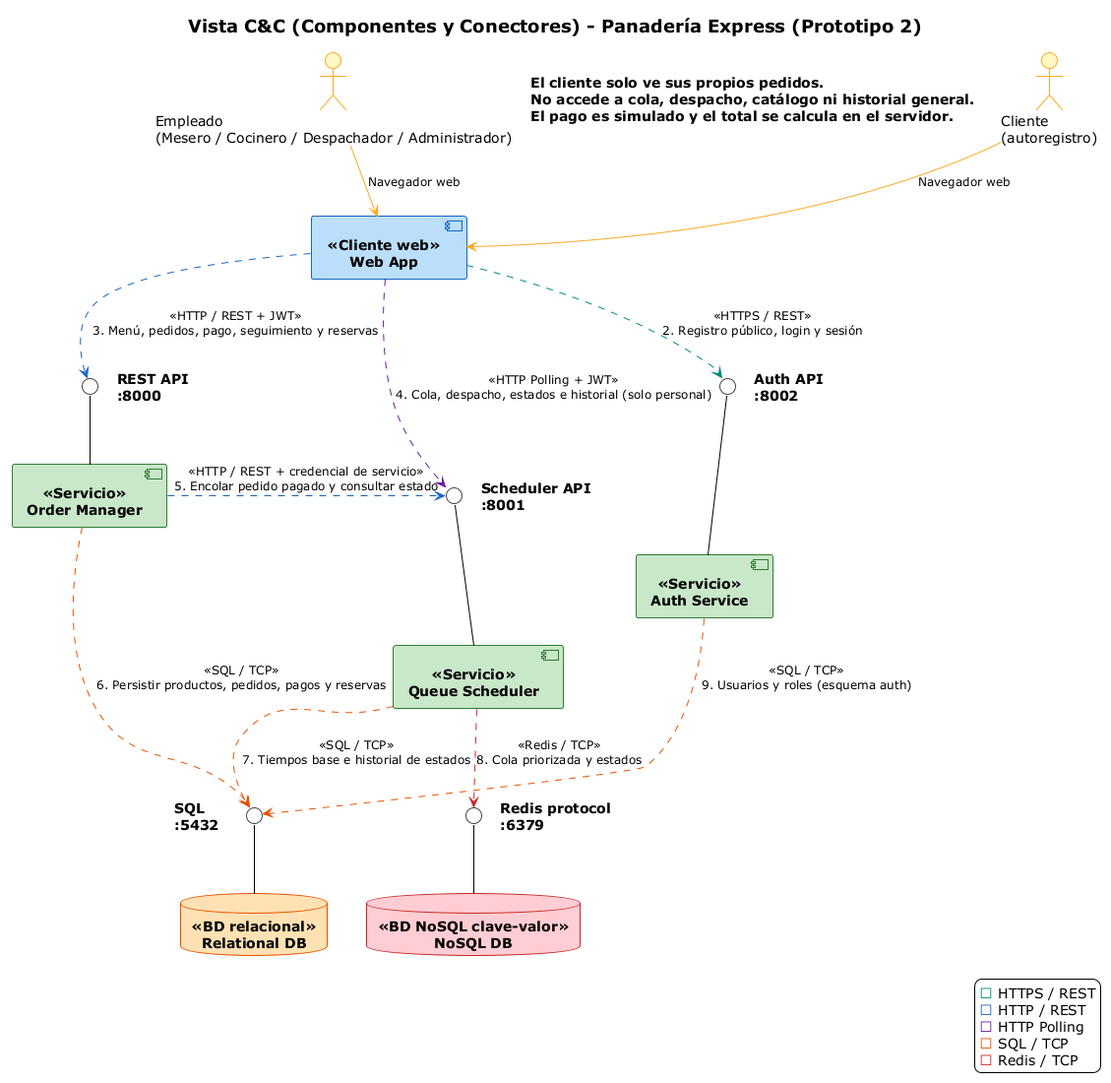
unal-sw-arch/swarch-2026ii keeps this PlantUML diagram as g3-H-PanTech/docs/Vista CyC P2.png. Above is the earlier version.
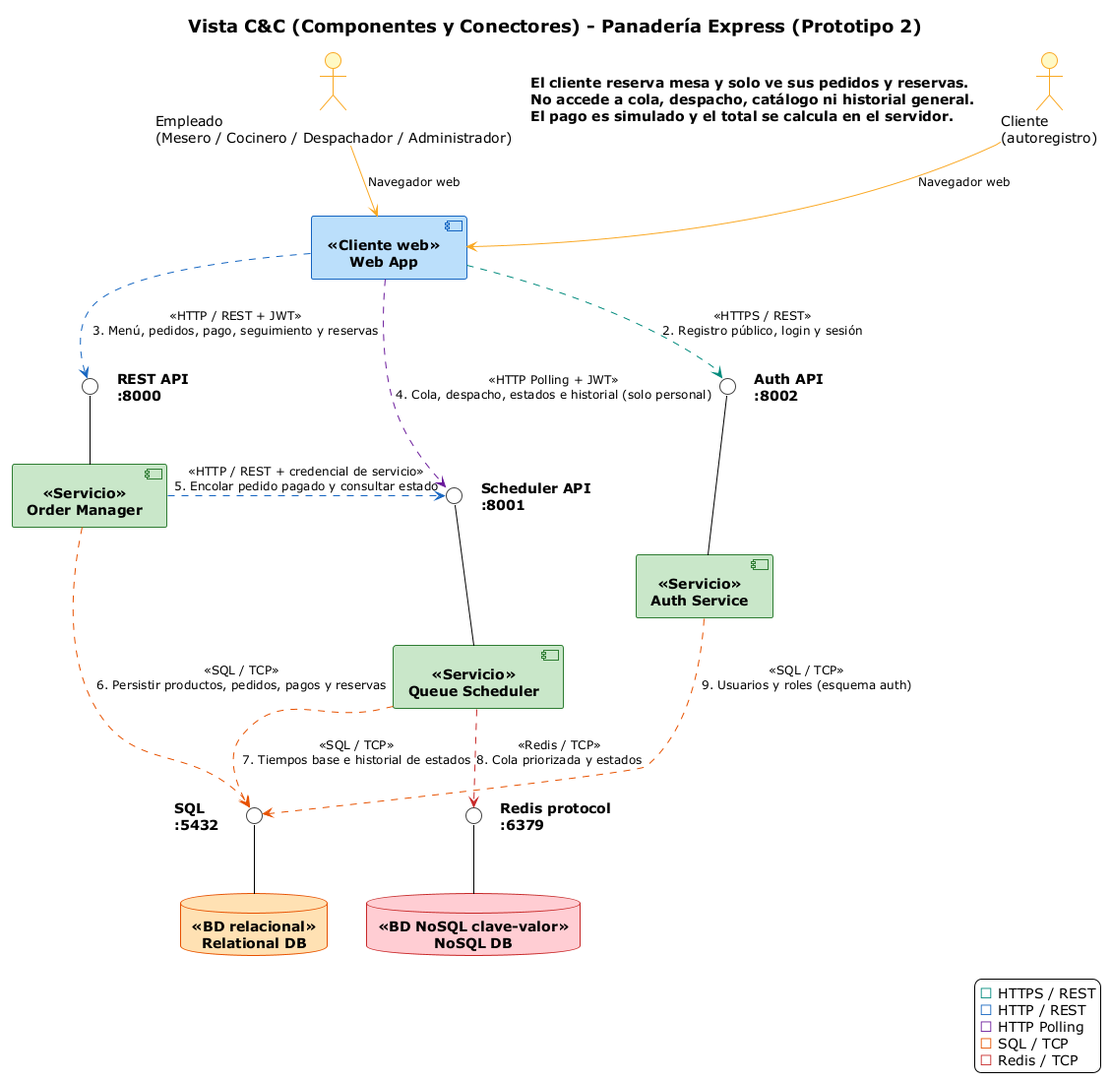
Above is the later version.

Diff of the diagram source:
```diff
@@ -101,7 +101,7 @@
 Auth .[#E65100]down.> ISQL : <<SQL / TCP>>\n9. Usuarios y roles (esquema auth)
 
 note left of Cliente
-  El cliente solo ve sus propios pedidos.
+  El cliente reserva mesa y solo ve sus pedidos y reservas.
   No accede a cola, despacho, catálogo ni historial general.
   El pago es simulado y el total se calcula en el servidor.
 end note
```
